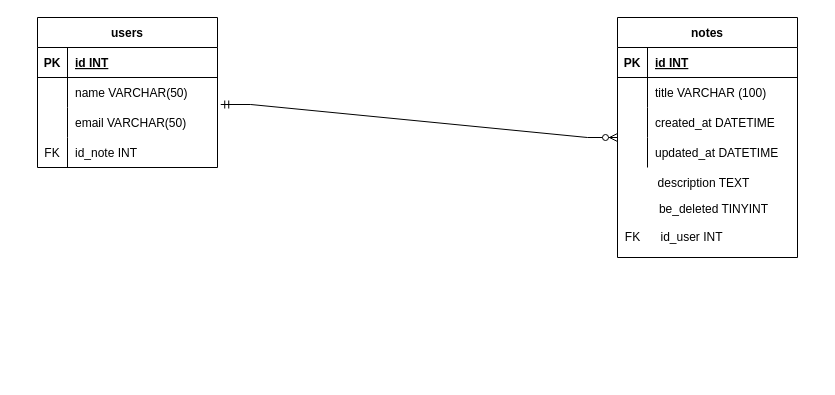
The draw.io diagram Diagrama/Untitled Diagram.drawio in ds13ojeda/EjercicioBD, before the edit. Source tidied: cells renumbered, new cells numbered last; positions are measured from the earlier drawing's top-left corner, leaving out a move shared by most shapes. Both pictures are drawn from the tidied source at 100%, with x=0, y=0 at pixel (37, 17).
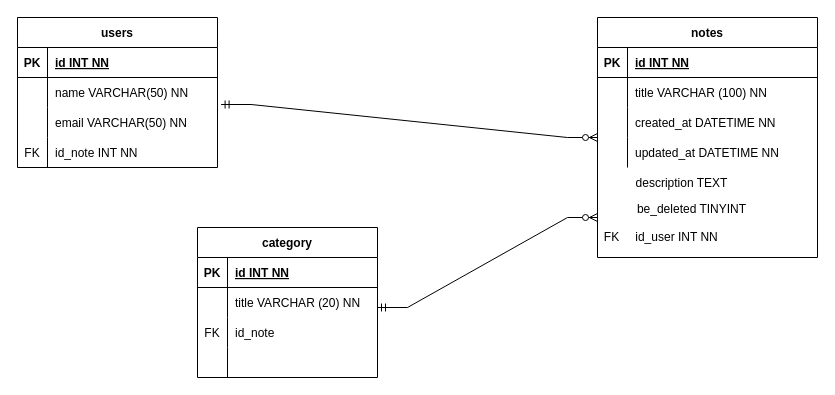
The same diagram, later.

Commit message:
Diagrama completo

Change to the diagram source:
```diff
@@
     <mxCell id="2" value="users" style="shape=table;startSize=30;childLayout=tableLayout;rowLines=0;fontStyle=1;align=center;" parent="1" vertex="1">
-      <mxGeometry width="180" height="150" as="geometry" />
+      <mxGeometry x="-20" width="200" height="150" as="geometry" />
     </mxCell>
     <mxCell id="3" style="shape=partialRectangle;fillColor=none;top=0;left=0;bottom=1;right=0;" parent="2" vertex="1">
-      <mxGeometry y="30" width="180" height="30" as="geometry" />
+      <mxGeometry y="30" width="200" height="30" as="geometry" />
     </mxCell>
@@
-    <mxCell id="5" value="id INT" style="shape=partialRectangle;fillColor=none;top=0;left=0;bottom=0;right=0;align=left;spacingLeft=6;fontStyle=5;overflow=hidden;" parent="3" vertex="1">
-      <mxGeometry x="30" width="150" height="30" as="geometry" />
+    <mxCell id="5" value="id INT NN" style="shape=partialRectangle;fillColor=none;top=0;left=0;bottom=0;right=0;align=left;spacingLeft=6;fontStyle=5;overflow=hidden;" parent="3" vertex="1">
+      <mxGeometry x="30" width="170" height="30" as="geometry" />
     </mxCell>
     <mxCell id="6" style="shape=partialRectangle;fillColor=none;top=0;left=0;bottom=0;right=0;" parent="2" vertex="1">
-      <mxGeometry y="60" width="180" height="30" as="geometry" />
+      <mxGeometry y="60" width="200" height="30" as="geometry" />
     </mxCell>
@@
-    <mxCell id="8" value="name VARCHAR(50)" style="shape=partialRectangle;fillColor=none;top=0;left=0;bottom=0;right=0;align=left;spacingLeft=6;overflow=hidden;" parent="6" vertex="1">
-      <mxGeometry x="30" width="150" height="30" as="geometry" />
+    <mxCell id="8" value="name VARCHAR(50) NN" style="shape=partialRectangle;fillColor=none;top=0;left=0;bottom=0;right=0;align=left;spacingLeft=6;overflow=hidden;" parent="6" vertex="1">
+      <mxGeometry x="30" width="170" height="30" as="geometry" />
     </mxCell>
     <mxCell id="9" style="shape=partialRectangle;fillColor=none;top=0;left=0;bottom=0;right=0;points=[[0,0.5],[1,0.5]];portConstraint=eastwest;" parent="2" vertex="1">
-      <mxGeometry y="90" width="180" height="30" as="geometry" />
+      <mxGeometry y="90" width="200" height="30" as="geometry" />
     </mxCell>
@@
-    <mxCell id="11" value="email VARCHAR(50)" style="shape=partialRectangle;fillColor=none;top=0;left=0;bottom=0;right=0;align=left;spacingLeft=6;overflow=hidden;" parent="9" vertex="1">
-      <mxGeometry x="30" width="150" height="30" as="geometry" />
+    <mxCell id="11" value="email VARCHAR(50) NN" style="shape=partialRectangle;fillColor=none;top=0;left=0;bottom=0;right=0;align=left;spacingLeft=6;overflow=hidden;" parent="9" vertex="1">
+      <mxGeometry x="30" width="170" height="30" as="geometry" />
     </mxCell>
     <mxCell id="12" style="shape=partialRectangle;fillColor=none;top=0;left=0;bottom=0;right=0;" parent="2" vertex="1">
-      <mxGeometry y="120" width="180" height="30" as="geometry" />
+      <mxGeometry y="120" width="200" height="30" as="geometry" />
     </mxCell>
@@
-    <mxCell id="14" value="id_note INT" style="shape=partialRectangle;fillColor=none;top=0;left=0;bottom=0;right=0;align=left;spacingLeft=6;overflow=hidden;" parent="12" vertex="1">
-      <mxGeometry x="30" width="150" height="30" as="geometry" />
+    <mxCell id="14" value="id_note INT NN" style="shape=partialRectangle;fillColor=none;top=0;left=0;bottom=0;right=0;align=left;spacingLeft=6;overflow=hidden;" parent="12" vertex="1">
+      <mxGeometry x="30" width="170" height="30" as="geometry" />
     </mxCell>
     <mxCell id="15" value="notes" style="shape=table;startSize=30;childLayout=tableLayout;rowLines=0;fontStyle=1;align=center;" parent="1" vertex="1">
-      <mxGeometry x="580" width="180" height="240" as="geometry" />
+      <mxGeometry x="560" width="220" height="240" as="geometry" />
     </mxCell>
     <mxCell id="16" style="shape=partialRectangle;fillColor=none;top=0;left=0;bottom=1;right=0;" parent="15" vertex="1">
-      <mxGeometry y="30" width="180" height="30" as="geometry" />
+      <mxGeometry y="30" width="220" height="30" as="geometry" />
     </mxCell>
@@
-    <mxCell id="18" value="id INT" style="shape=partialRectangle;fillColor=none;top=0;left=0;bottom=0;right=0;align=left;spacingLeft=6;fontStyle=5;overflow=hidden;" parent="16" vertex="1">
-      <mxGeometry x="30" width="150" height="30" as="geometry" />
+    <mxCell id="18" value="id INT NN" style="shape=partialRectangle;fillColor=none;top=0;left=0;bottom=0;right=0;align=left;spacingLeft=6;fontStyle=5;overflow=hidden;" parent="16" vertex="1">
+      <mxGeometry x="30" width="190" height="30" as="geometry" />
     </mxCell>
     <mxCell id="19" style="shape=partialRectangle;fillColor=none;top=0;left=0;bottom=0;right=0;" parent="15" vertex="1">
-      <mxGeometry y="60" width="180" height="30" as="geometry" />
+      <mxGeometry y="60" width="220" height="30" as="geometry" />
     </mxCell>
@@
-    <mxCell id="21" value="title VARCHAR (100)" style="shape=partialRectangle;fillColor=none;top=0;left=0;bottom=0;right=0;align=left;spacingLeft=6;overflow=hidden;" parent="19" vertex="1">
-      <mxGeometry x="30" width="150" height="30" as="geometry" />
+    <mxCell id="21" value="title VARCHAR (100) NN" style="shape=partialRectangle;fillColor=none;top=0;left=0;bottom=0;right=0;align=left;spacingLeft=6;overflow=hidden;" parent="19" vertex="1">
+      <mxGeometry x="30" width="190" height="30" as="geometry" />
     </mxCell>
     <mxCell id="22" style="shape=partialRectangle;fillColor=none;top=0;left=0;bottom=0;right=0;" parent="15" vertex="1">
-      <mxGeometry y="90" width="180" height="30" as="geometry" />
+      <mxGeometry y="90" width="220" height="30" as="geometry" />
     </mxCell>
@@
-    <mxCell id="24" value="created_at DATETIME" style="shape=partialRectangle;fillColor=none;top=0;left=0;bottom=0;right=0;align=left;spacingLeft=6;overflow=hidden;" parent="22" vertex="1">
-      <mxGeometry x="30" width="150" height="30" as="geometry" />
+    <mxCell id="24" value="created_at DATETIME NN" style="shape=partialRectangle;fillColor=none;top=0;left=0;bottom=0;right=0;align=left;spacingLeft=6;overflow=hidden;" parent="22" vertex="1">
+      <mxGeometry x="30" width="190" height="30" as="geometry" />
     </mxCell>
     <mxCell id="25" style="shape=partialRectangle;fillColor=none;top=0;left=0;bottom=0;right=0;" parent="15" vertex="1">
-      <mxGeometry y="120" width="180" height="30" as="geometry" />
+      <mxGeometry y="120" width="220" height="30" as="geometry" />
     </mxCell>
@@
-    <mxCell id="27" value="updated_at DATETIME" style="shape=partialRectangle;fillColor=none;top=0;left=0;bottom=0;right=0;align=left;spacingLeft=6;overflow=hidden;" parent="25" vertex="1">
-      <mxGeometry x="30" width="150" height="30" as="geometry" />
+    <mxCell id="27" value="updated_at DATETIME NN" style="shape=partialRectangle;fillColor=none;top=0;left=0;bottom=0;right=0;align=left;spacingLeft=6;overflow=hidden;" parent="25" vertex="1">
+      <mxGeometry x="30" width="190" height="30" as="geometry" />
     </mxCell>
     <mxCell id="28" value="description TEXT" style="text;html=1;align=center;verticalAlign=middle;strokeColor=none;fillColor=none;" parent="1" vertex="1">
-      <mxGeometry x="611" y="156" width="110" height="20" as="geometry" />
+      <mxGeometry x="589" y="156" width="110" height="20" as="geometry" />
     </mxCell>
     <mxCell id="29" value="be_deleted TINYINT" style="text;html=1;align=center;verticalAlign=middle;strokeColor=none;fillColor=none;" parent="1" vertex="1">
-      <mxGeometry x="616" y="182" width="120" height="20" as="geometry" />
+      <mxGeometry x="594" y="182" width="120" height="20" as="geometry" />
     </mxCell>
-    <mxCell id="30" value="id_user INT" style="text;html=1;align=center;verticalAlign=middle;strokeColor=none;fillColor=none;" parent="1" vertex="1">
-      <mxGeometry x="614" y="210" width="80" height="20" as="geometry" />
+    <mxCell id="30" value="id_user INT NN" style="text;html=1;align=center;verticalAlign=middle;strokeColor=none;fillColor=none;" parent="1" vertex="1">
+      <mxGeometry x="589" y="210" width="100" height="20" as="geometry" />
     </mxCell>
     <mxCell id="31" value="FK" style="text;html=1;align=center;verticalAlign=middle;strokeColor=none;fillColor=none;" parent="1" vertex="1">
-      <mxGeometry x="580" y="210" width="30" height="20" as="geometry" />
+      <mxGeometry x="559" y="210" width="30" height="20" as="geometry" />
     </mxCell>
     <mxCell id="32" style="edgeStyle=entityRelationEdgeStyle;fontSize=12;html=1;endArrow=ERzeroToMany;startArrow=ERmandOne;rounded=0;exitX=1.018;exitY=-0.1;exitDx=0;exitDy=0;exitPerimeter=0;" parent="1" edge="1" source="9">
       <mxGeometry relative="1" as="geometry">
-        <mxPoint x="580" y="120" as="targetPoint" />
+        <mxPoint x="560" y="120" as="targetPoint" />
       </mxGeometry>
     </mxCell>
+    <mxCell id="33" value="category" style="shape=table;startSize=30;childLayout=tableLayout;rowLines=0;fontStyle=1;align=center;" parent="1" vertex="1">
+      <mxGeometry x="160" y="210" width="180" height="150" as="geometry" />
+    </mxCell>
+    <mxCell id="34" style="shape=partialRectangle;fillColor=none;top=0;left=0;bottom=1;right=0;" parent="33" vertex="1">
+      <mxGeometry y="30" width="180" height="30" as="geometry" />
+    </mxCell>
+    <mxCell id="35" value="PK" style="shape=partialRectangle;fillColor=none;top=0;left=0;bottom=0;right=0;fontStyle=1;overflow=hidden;" parent="34" vertex="1">
+      <mxGeometry width="30" height="30" as="geometry" />
+    </mxCell>
+    <mxCell id="36" value="id INT NN" style="shape=partialRectangle;fillColor=none;top=0;left=0;bottom=0;right=0;align=left;spacingLeft=6;fontStyle=5;overflow=hidden;" parent="34" vertex="1">
+      <mxGeometry x="30" width="150" height="30" as="geometry" />
+    </mxCell>
+    <mxCell id="37" style="shape=partialRectangle;fillColor=none;top=0;left=0;bottom=0;right=0;" parent="33" vertex="1">
+      <mxGeometry y="60" width="180" height="30" as="geometry" />
+    </mxCell>
+    <mxCell id="38" style="shape=partialRectangle;fillColor=none;top=0;left=0;bottom=0;right=0;overflow=hidden;" parent="37" vertex="1">
+      <mxGeometry width="30" height="30" as="geometry" />
+    </mxCell>
+    <mxCell id="39" value="title VARCHAR (20) NN" style="shape=partialRectangle;fillColor=none;top=0;left=0;bottom=0;right=0;align=left;spacingLeft=6;overflow=hidden;" parent="37" vertex="1">
+      <mxGeometry x="30" width="150" height="30" as="geometry" />
+    </mxCell>
+    <mxCell id="40" style="shape=partialRectangle;fillColor=none;top=0;left=0;bottom=0;right=0;" parent="33" vertex="1">
+      <mxGeometry y="90" width="180" height="30" as="geometry" />
+    </mxCell>
+    <mxCell id="41" value="FK" style="shape=partialRectangle;fillColor=none;top=0;left=0;bottom=0;right=0;overflow=hidden;" parent="40" vertex="1">
+      <mxGeometry width="30" height="30" as="geometry" />
+    </mxCell>
+    <mxCell id="42" value="id_note" style="shape=partialRectangle;fillColor=none;top=0;left=0;bottom=0;right=0;align=left;spacingLeft=6;overflow=hidden;" parent="40" vertex="1">
+      <mxGeometry x="30" width="150" height="30" as="geometry" />
+    </mxCell>
+    <mxCell id="43" style="shape=partialRectangle;fillColor=none;top=0;left=0;bottom=0;right=0;" parent="33" vertex="1">
+      <mxGeometry y="120" width="180" height="30" as="geometry" />
+    </mxCell>
+    <mxCell id="44" style="shape=partialRectangle;fillColor=none;top=0;left=0;bottom=0;right=0;overflow=hidden;" parent="43" vertex="1">
+      <mxGeometry width="30" height="30" as="geometry" />
+    </mxCell>
+    <mxCell id="45" style="shape=partialRectangle;fillColor=none;top=0;left=0;bottom=0;right=0;align=left;spacingLeft=6;overflow=hidden;" parent="43" vertex="1">
+      <mxGeometry x="30" width="150" height="30" as="geometry" />
+    </mxCell>
+    <mxCell id="46" style="edgeStyle=entityRelationEdgeStyle;fontSize=12;html=1;endArrow=ERzeroToMany;startArrow=ERmandOne;rounded=0;exitX=1.018;exitY=-0.1;exitDx=0;exitDy=0;exitPerimeter=0;" parent="1" edge="1">
+      <mxGeometry relative="1" as="geometry">
+        <mxPoint x="340" y="290" as="sourcePoint" />
+        <mxPoint x="560" y="200" as="targetPoint" />
+      </mxGeometry>
+    </mxCell>
```
